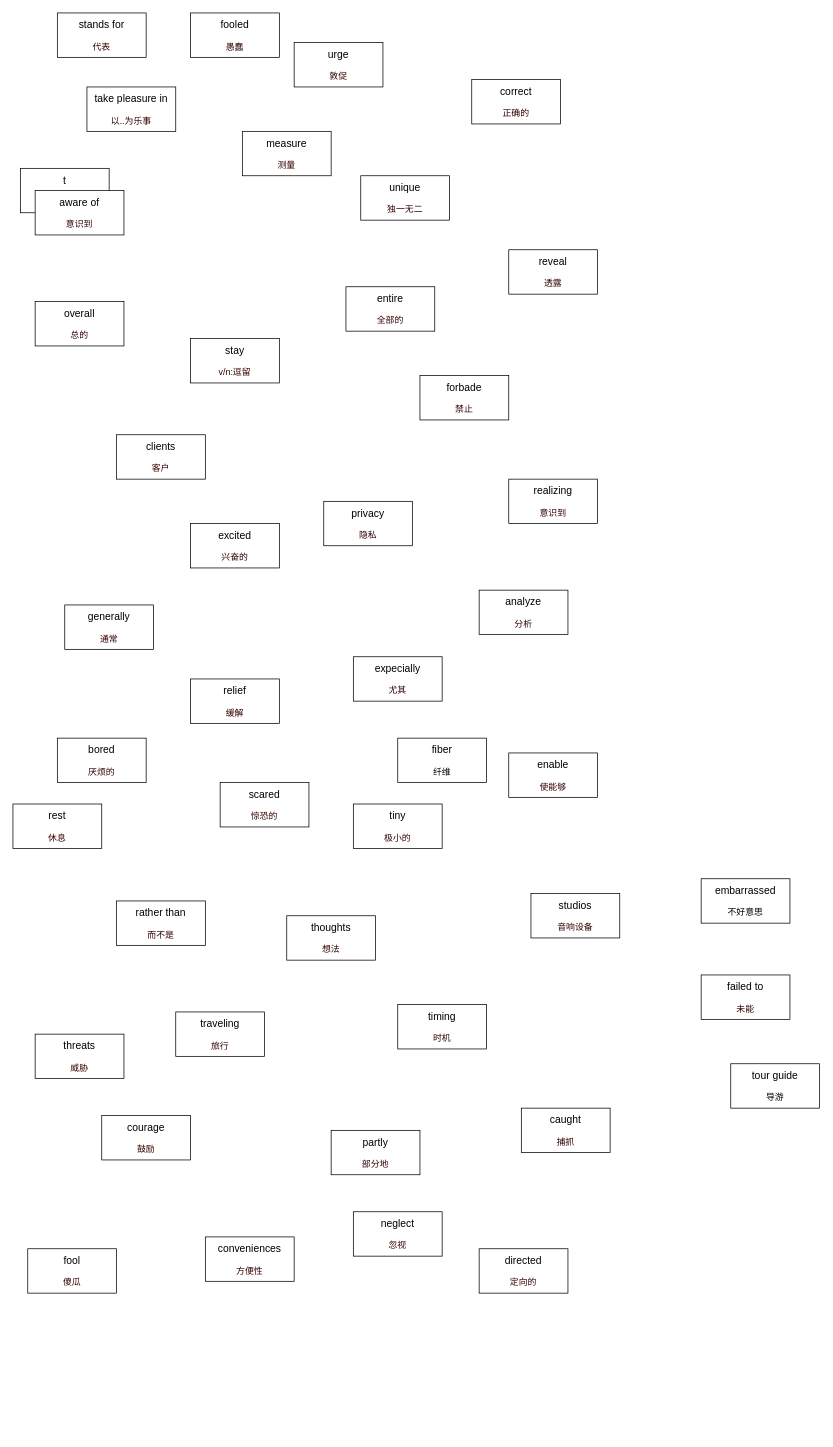
banBlue/drawio keeps this draw.io diagram as ocean.drawio. Above is the earlier version. Source tidied: cells renumbered, new cells numbered last; positions are measured from the earlier drawing's top-left corner, leaving out a move shared by most shapes. Both pictures are drawn from the tidied source at 74%, with x=0, y=0 at pixel (13, 13).
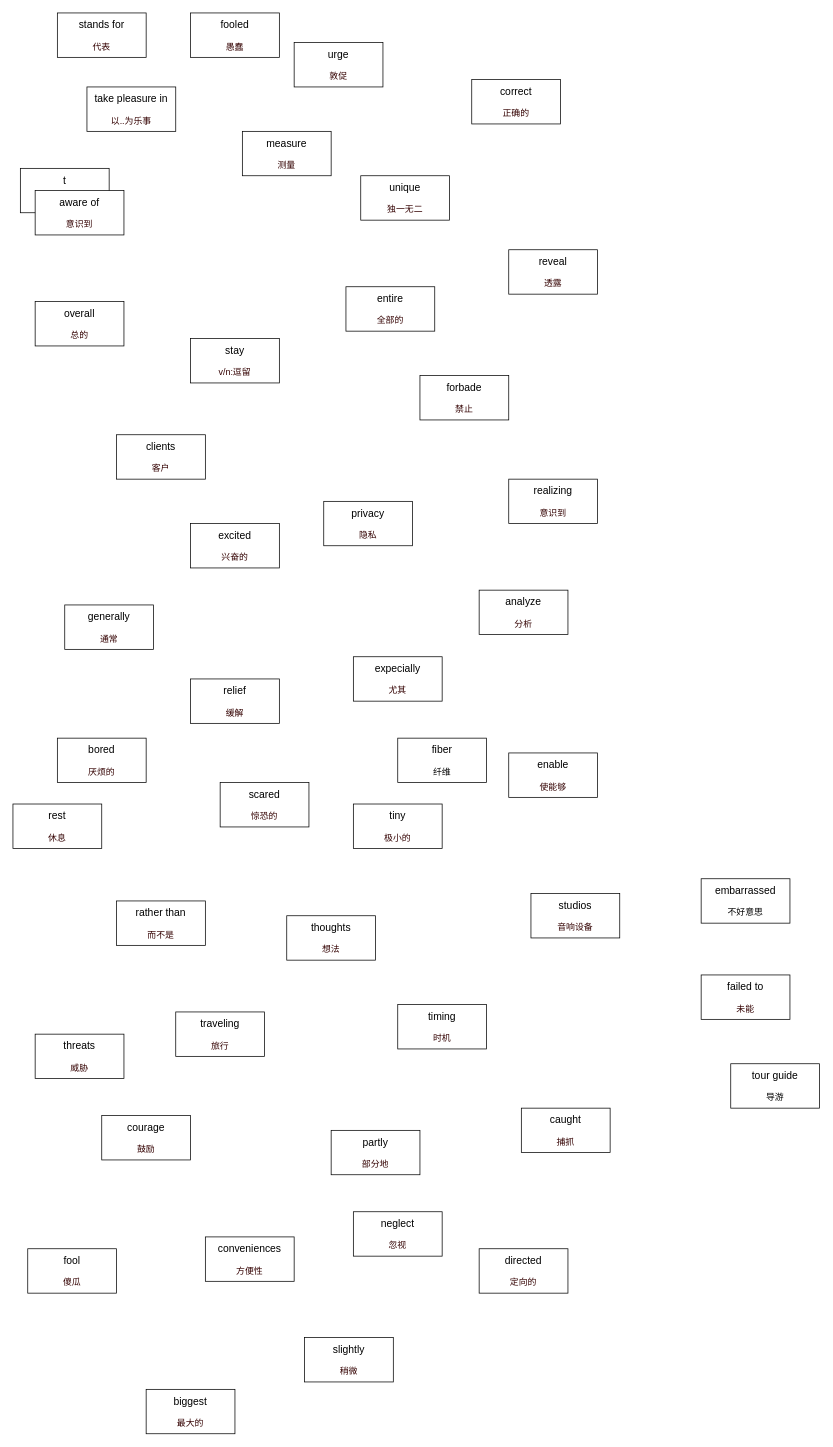
The same diagram, later.

What changed in the source:
```diff
@@
+    <mxCell id="46" value="&lt;font style=&quot;font-size: 14px&quot;&gt;biggest&lt;br&gt;&lt;/font&gt;&lt;br&gt;&lt;font color=&quot;#330000&quot;&gt;最大的&lt;/font&gt;" style="rounded=0;whiteSpace=wrap;html=1;" parent="1" vertex="1">
+      <mxGeometry x="180" y="1860" width="120" height="60" as="geometry" />
+    </mxCell>
+    <mxCell id="47" value="&lt;font style=&quot;font-size: 14px&quot;&gt;slightly&lt;br&gt;&lt;/font&gt;&lt;br&gt;&lt;font color=&quot;#330000&quot;&gt;稍微&lt;/font&gt;" style="rounded=0;whiteSpace=wrap;html=1;" parent="1" vertex="1">
+      <mxGeometry x="394" y="1790" width="120" height="60" as="geometry" />
+    </mxCell>
```
